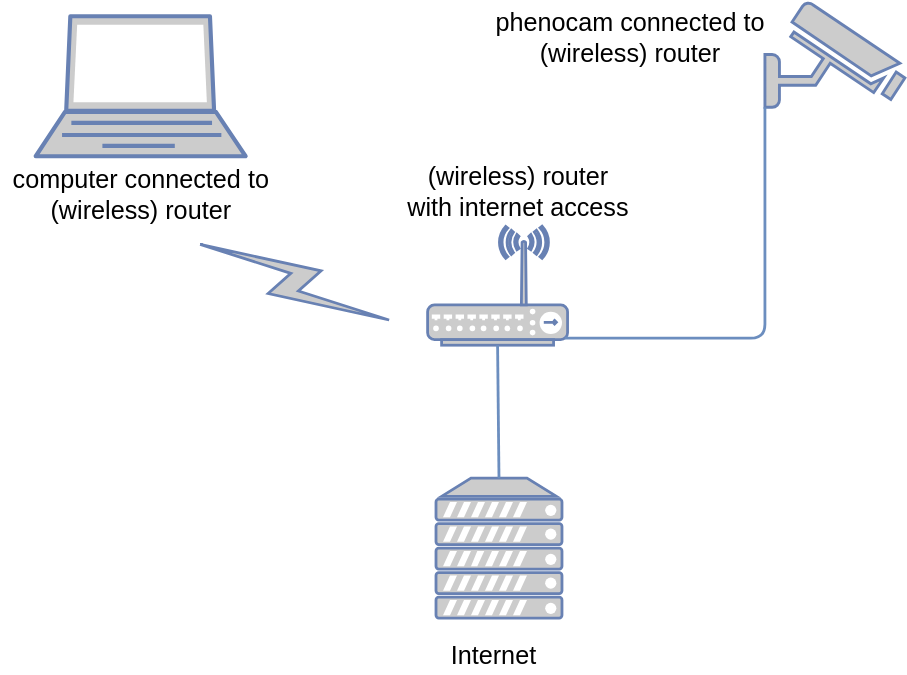
Earlier version of the draw.io export diagram.svg (khufkens/phenocam-installation-tool). Source tidied: cells renumbered, new cells last; positions are measured from the earlier drawing's top-left corner, leaving out a move shared by most shapes.
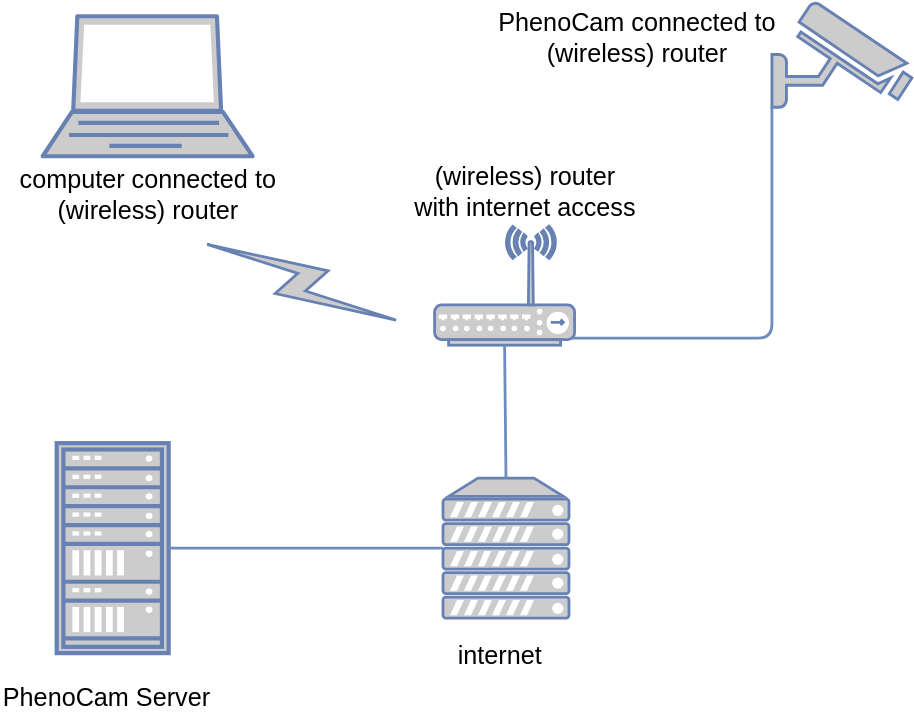
After the change.

Diff of the diagram source:
```diff
@@ -29,14 +29,23 @@
     <mxCell id="9" value="&lt;div&gt;&lt;font style=&quot;font-size: 18px&quot;&gt;computer connected to&lt;/font&gt;&lt;/div&gt;&lt;div&gt;&lt;font style=&quot;font-size: 18px&quot;&gt;(wireless) router&lt;/font&gt;&lt;/div&gt;" style="text;html=1;align=center;verticalAlign=middle;fillColor=none;strokeColor=none;rounded=0;" parent="1" vertex="1">
       <mxGeometry y="117" width="200" height="40" as="geometry" />
     </mxCell>
-    <mxCell id="10" value="&lt;font style=&quot;font-size: 18px&quot;&gt;Internet&lt;br&gt;&lt;/font&gt;" style="text;html=1;" parent="1" vertex="1">
+    <mxCell id="10" value="&lt;font style=&quot;font-size: 18px&quot;&gt;internet&lt;br&gt;&lt;/font&gt;" style="text;html=1;" parent="1" vertex="1">
       <mxGeometry x="320" y="450" width="70" height="30" as="geometry" />
     </mxCell>
-    <mxCell id="11" value="&lt;div style=&quot;font-size: 18px&quot;&gt;&lt;font style=&quot;font-size: 18px&quot;&gt;phenocam connected to&lt;/font&gt;&lt;/div&gt;&lt;div style=&quot;font-size: 18px&quot;&gt;&lt;font style=&quot;font-size: 18px&quot;&gt;(wireless) router&lt;/font&gt;&lt;/div&gt;" style="text;html=1;align=center;verticalAlign=middle;fillColor=none;strokeColor=none;rounded=0;" parent="1" vertex="1">
+    <mxCell id="11" value="&lt;div style=&quot;font-size: 18px&quot;&gt;&lt;font style=&quot;font-size: 18px&quot;&gt;PhenoCam connected to&lt;/font&gt;&lt;/div&gt;&lt;div style=&quot;font-size: 18px&quot;&gt;&lt;font style=&quot;font-size: 18px&quot;&gt;(wireless) router&lt;/font&gt;&lt;/div&gt;" style="text;html=1;align=center;verticalAlign=middle;fillColor=none;strokeColor=none;rounded=0;" parent="1" vertex="1">
       <mxGeometry x="345" y="10" width="210" height="30" as="geometry" />
     </mxCell>
     <mxCell id="12" value="&lt;div style=&quot;font-size: 18px&quot;&gt;&lt;font style=&quot;font-size: 18px&quot;&gt;(wireless) router&lt;/font&gt;&lt;/div&gt;&lt;div style=&quot;font-size: 18px&quot;&gt;&lt;font style=&quot;font-size: 18px&quot;&gt;with internet access&lt;br&gt;&lt;/font&gt;&lt;/div&gt;" style="text;html=1;align=center;verticalAlign=middle;fillColor=none;strokeColor=none;rounded=0;" parent="1" vertex="1">
       <mxGeometry x="285" y="120" width="170" height="30" as="geometry" />
     </mxCell>
+    <mxCell id="13" style="fontColor=#0066CC;verticalAlign=top;verticalLabelPosition=bottom;labelPosition=center;align=center;html=1;outlineConnect=0;fillColor=#CCCCCC;strokeColor=#6881B3;gradientColor=none;gradientDirection=north;strokeWidth=2;shape=mxgraph.networks.rack;" parent="1" vertex="1">
+      <mxGeometry x="35" y="315" width="80" height="150" as="geometry" />
+    </mxCell>
+    <mxCell id="14" style="endArrow=none;html=1;edgeStyle=orthogonalEdgeStyle;exitX=1;exitY=0.5;exitPerimeter=0;entryX=0;entryY=0.5;entryPerimeter=0;fillColor=#dae8fc;strokeColor=#6c8ebf;strokeWidth=2;" parent="1" edge="1" source="13" target="5">
+      <mxGeometry relative="1" as="geometry" />
+    </mxCell>
+    <mxCell id="15" value="&lt;font style=&quot;font-size: 18px&quot;&gt;PhenoCam Server&lt;/font&gt;" style="text;html=1;" parent="1" vertex="1">
+      <mxGeometry x="-5" y="480" width="160" height="30" as="geometry" />
+    </mxCell>
   </root>
 </mxGraphModel>
```
